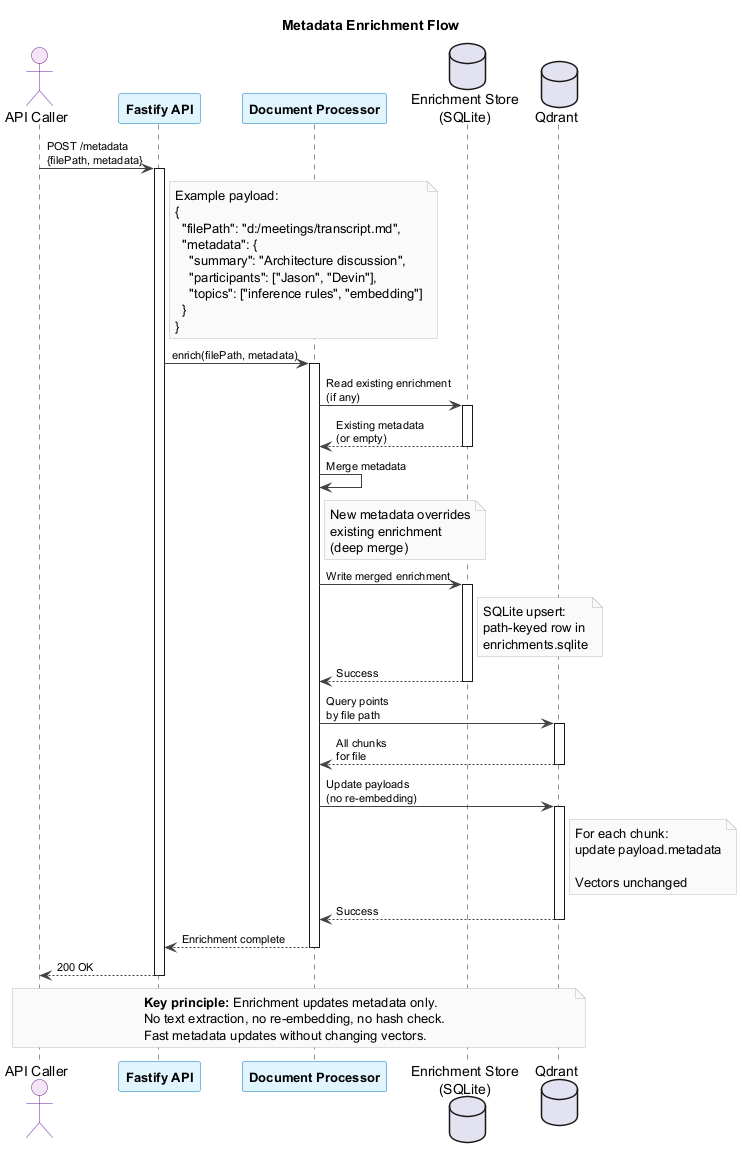
The PlantUML diagram packages/service/assets/metadata-enrichment.png in karmaniverous/jeeves-watcher, before a commit. Its diagram source:
```plantuml
@startuml metadata-enrichment

skinparam backgroundColor #FFFFFF
skinparam sequenceParticipantBackgroundColor #E1F5FE
skinparam sequenceParticipantBorderColor #0277BD
skinparam sequenceParticipantFontSize 13
skinparam sequenceParticipantFontStyle bold
skinparam sequenceActorBackgroundColor #F3E5F5
skinparam sequenceActorBorderColor #6A1B9A
skinparam ArrowColor #424242
skinparam ArrowFontSize 11
skinparam NoteBorderColor #BDBDBD
skinparam NoteBackgroundColor #FAFAFA

title Metadata Enrichment Flow

actor "API Caller" as CALLER
participant "Fastify API" as API
participant "Document Processor" as PROC
database "Enrichment Store\n(SQLite)" as ES
database "Qdrant" as QD

CALLER -> API : POST /metadata\n{filePath, metadata}

activate API
note right of API
  Example payload:
  {
    "filePath": "d:/meetings/transcript.md",
    "metadata": {
      "summary": "Architecture discussion",
      "participants": ["Jason", "Devin"],
      "topics": ["inference rules", "embedding"]
    }
  }
end note

API -> PROC : enrich(filePath, metadata)
activate PROC

PROC -> ES : Read existing enrichment\n(if any)
activate ES
ES --> PROC : Existing metadata\n(or empty)
deactivate ES

PROC -> PROC : Merge metadata
note right of PROC
  New metadata overrides
  existing enrichment
  (deep merge)
end note

PROC -> ES : Write merged enrichment
activate ES
note right of ES
  SQLite upsert:
  path-keyed row in
  enrichments.sqlite
end note
ES --> PROC : Success
deactivate ES

PROC -> QD : Query points\nby file path
activate QD
QD --> PROC : All chunks\nfor file
deactivate QD

PROC -> QD : Update payloads\n(no re-embedding)
activate QD
note right of QD
  For each chunk:
  update payload.metadata

  Vectors unchanged
end note
QD --> PROC : Success
deactivate QD

PROC --> API : Enrichment complete
deactivate PROC

API --> CALLER : 200 OK
deactivate API

note over CALLER, QD
  **Key principle:** Enrichment updates metadata only.
  No text extraction, no re-embedding, no hash check.
  Fast metadata updates without changing vectors.
end note

@enduml
```
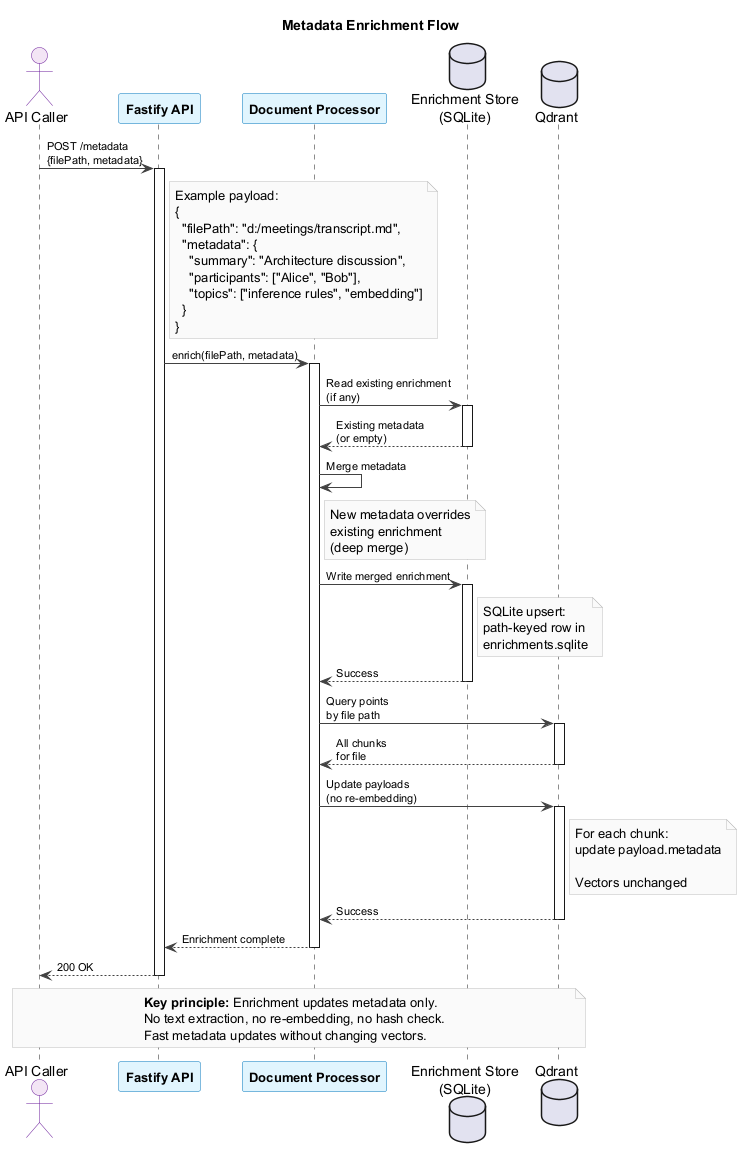
The same file after the commit.

The edit, as a diff of the source:
```diff
@@ -29,7 +29,7 @@
     "filePath": "d:/meetings/transcript.md",
     "metadata": {
       "summary": "Architecture discussion",
-      "participants": ["Jason", "Devin"],
+      "participants": ["Alice", "Bob"],
       "topics": ["inference rules", "embedding"]
     }
   }
```
